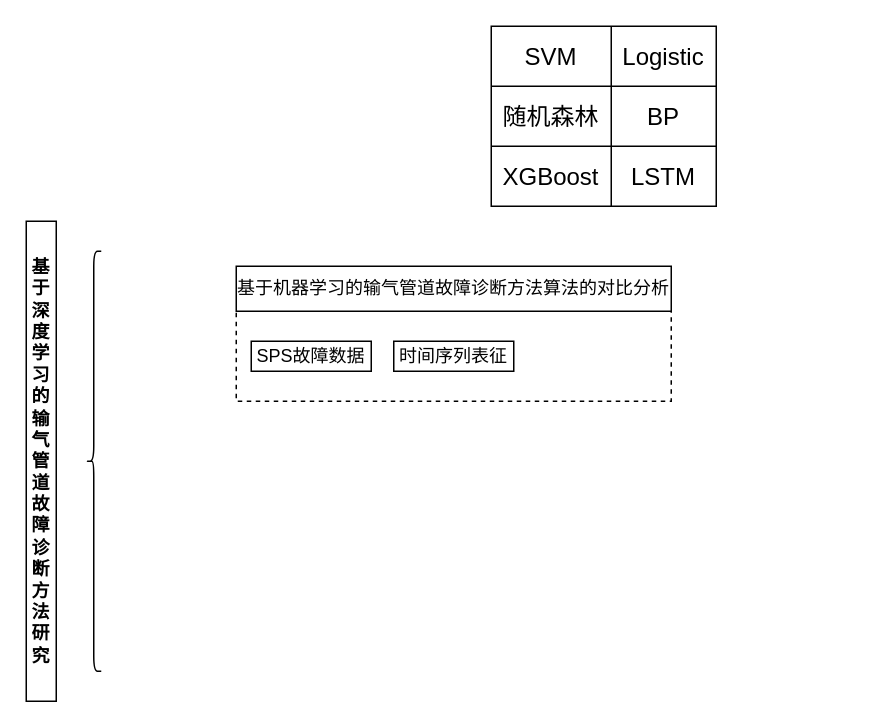
cccccppp/draw keeps this draw.io diagram as 未命名绘图.drawio. Above is the earlier version. Source tidied: cells renumbered, new cells numbered last; positions are measured from the earlier drawing's top-left corner, leaving out a move shared by most shapes. Both pictures are drawn from the tidied source at 150%, with x=0, y=0 at pixel (26, 26).
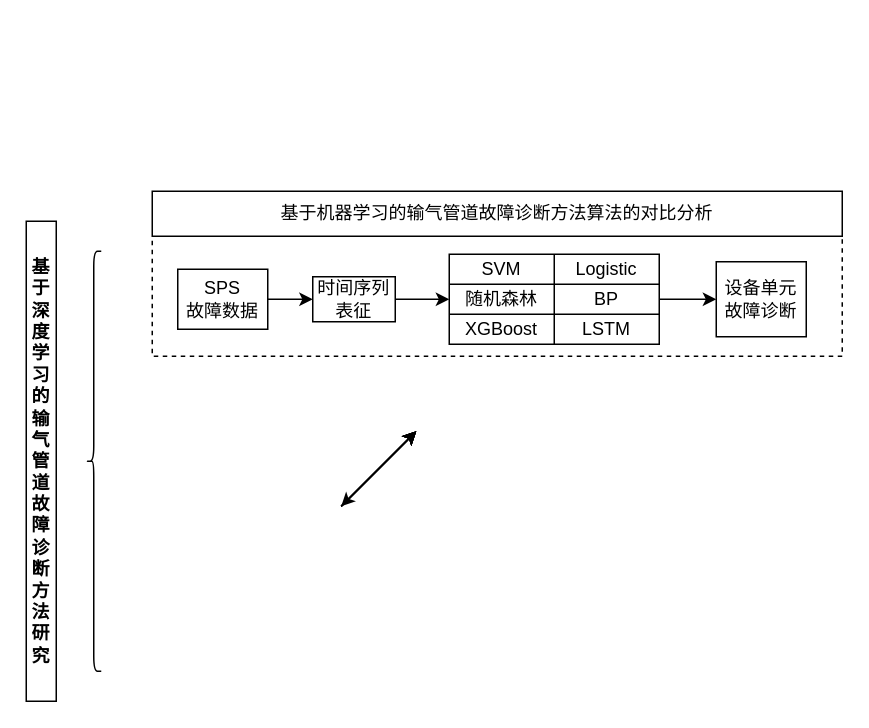
Above is the later version.

Change to the diagram source:
```diff
@@
+    <mxCell id="18" style="group;" parent="1" vertex="1">
+      <mxGeometry x="84" y="110" width="460" height="130" as="geometry" />
+    </mxCell>
-    <mxCell id="4" style="rounded=0;whiteSpace=wrap;html=1;dashed=1;" parent="1" vertex="1">
-      <mxGeometry x="140" y="190" width="290" height="60" as="geometry" />
+    <mxCell id="4" style="rounded=0;whiteSpace=wrap;html=1;dashed=1;" parent="18" vertex="1">
+      <mxGeometry y="30" width="460" height="80" as="geometry" />
     </mxCell>
-    <mxCell id="5" value="基于机器学习的输气管道故障诊断方法算法的对比分析" style="rounded=0;whiteSpace=wrap;html=1;" parent="1" vertex="1">
-      <mxGeometry x="140" y="160" width="290" height="30" as="geometry" />
+    <mxCell id="5" value="基于机器学习的输气管道故障诊断方法算法的对比分析" style="rounded=0;whiteSpace=wrap;html=1;" parent="18" vertex="1">
+      <mxGeometry width="460" height="30" as="geometry" />
     </mxCell>
+    <mxCell id="19" style="edgeStyle=orthogonalEdgeStyle;rounded=0;jettySize=auto;html=1;entryX=0;entryY=0.5;entryDx=0;entryDy=0;" parent="18" edge="1" source="6" target="7">
+      <mxGeometry relative="1" as="geometry" />
+    </mxCell>
-    <mxCell id="6" value="SPS故障数据" style="rounded=0;whiteSpace=wrap;html=1;" parent="1" vertex="1">
-      <mxGeometry x="150" y="210" width="80" height="20" as="geometry" />
+    <mxCell id="6" value="SPS&lt;br&gt;故障数据" style="rounded=0;whiteSpace=wrap;html=1;" parent="18" vertex="1">
+      <mxGeometry x="17" y="52" width="60" height="40" as="geometry" />
     </mxCell>
-    <mxCell id="7" value="时间序列表征" style="rounded=0;whiteSpace=wrap;html=1;" parent="1" vertex="1">
-      <mxGeometry x="245" y="210" width="80" height="20" as="geometry" />
+    <mxCell id="7" value="时间序列表征" style="rounded=0;whiteSpace=wrap;html=1;" parent="18" vertex="1">
+      <mxGeometry x="107" y="57" width="55" height="30" as="geometry" />
     </mxCell>
-    <mxCell id="8" style="shape=table;startSize=0;childLayout=tableLayout;fontSize=16;" parent="1" vertex="1">
-      <mxGeometry x="310" width="150" height="120" as="geometry" />
+    <mxCell id="8" style="shape=table;startSize=0;childLayout=tableLayout;fontSize=13;" parent="18" vertex="1">
+      <mxGeometry x="198" y="42" width="140" height="60" as="geometry" />
     </mxCell>
     <mxCell id="9" style="shape=tableRow;horizontal=0;startSize=0;swimlaneHead=0;swimlaneBody=0;strokeColor=inherit;top=0;left=0;bottom=0;right=0;fillColor=none;fontSize=16;" parent="8" vertex="1">
-      <mxGeometry width="150" height="40" as="geometry" />
+      <mxGeometry width="140" height="20" as="geometry" />
     </mxCell>
-    <mxCell id="10" value="&lt;div&gt;SVM&lt;/div&gt;" style="shape=partialRectangle;html=1;whiteSpace=wrap;strokeColor=inherit;overflow=hidden;fillColor=none;top=0;left=0;bottom=0;right=0;fontSize=16;" parent="9" vertex="1">
-      <mxGeometry width="80" height="40" as="geometry" />
+    <mxCell id="10" value="&lt;div style=&quot;font-size: 12px;&quot;&gt;SVM&lt;/div&gt;" style="shape=partialRectangle;html=1;whiteSpace=wrap;strokeColor=inherit;overflow=hidden;fillColor=none;top=0;left=0;bottom=0;right=0;fontSize=12;" parent="9" vertex="1">
+      <mxGeometry width="70" height="20" as="geometry" />
     </mxCell>
-    <mxCell id="11" value="Logistic" style="shape=partialRectangle;html=1;whiteSpace=wrap;strokeColor=inherit;overflow=hidden;fillColor=none;top=0;left=0;bottom=0;right=0;fontSize=16;" parent="9" vertex="1">
-      <mxGeometry x="80" width="70" height="40" as="geometry" />
+    <mxCell id="11" value="Logistic" style="shape=partialRectangle;html=1;whiteSpace=wrap;strokeColor=inherit;overflow=hidden;fillColor=none;top=0;left=0;bottom=0;right=0;fontSize=12;" parent="9" vertex="1">
+      <mxGeometry x="70" width="70" height="20" as="geometry" />
     </mxCell>
     <mxCell id="12" style="shape=tableRow;horizontal=0;startSize=0;swimlaneHead=0;swimlaneBody=0;strokeColor=inherit;top=0;left=0;bottom=0;right=0;fillColor=none;points=[[0,0.5],[1,0.5]];portConstraint=eastwest;fontSize=16;" parent="8" vertex="1">
-      <mxGeometry y="40" width="150" height="40" as="geometry" />
+      <mxGeometry y="20" width="140" height="20" as="geometry" />
     </mxCell>
-    <mxCell id="13" value="随机森林" style="shape=partialRectangle;html=1;whiteSpace=wrap;strokeColor=inherit;overflow=hidden;fillColor=none;top=0;left=0;bottom=0;right=0;fontSize=16;" parent="12" vertex="1">
-      <mxGeometry width="80" height="40" as="geometry" />
+    <mxCell id="13" value="随机森林" style="shape=partialRectangle;html=1;whiteSpace=wrap;strokeColor=inherit;overflow=hidden;fillColor=none;top=0;left=0;bottom=0;right=0;fontSize=12;" parent="12" vertex="1">
+      <mxGeometry width="70" height="20" as="geometry" />
     </mxCell>
-    <mxCell id="14" value="BP" style="shape=partialRectangle;html=1;whiteSpace=wrap;strokeColor=inherit;overflow=hidden;fillColor=none;top=0;left=0;bottom=0;right=0;fontSize=16;" parent="12" vertex="1">
-      <mxGeometry x="80" width="70" height="40" as="geometry" />
+    <mxCell id="14" value="BP" style="shape=partialRectangle;html=1;whiteSpace=wrap;strokeColor=inherit;overflow=hidden;fillColor=none;top=0;left=0;bottom=0;right=0;fontSize=12;" parent="12" vertex="1">
+      <mxGeometry x="70" width="70" height="20" as="geometry" />
     </mxCell>
     <mxCell id="15" style="shape=tableRow;horizontal=0;startSize=0;swimlaneHead=0;swimlaneBody=0;strokeColor=inherit;top=0;left=0;bottom=0;right=0;fillColor=none;fontSize=16;" parent="8" vertex="1">
-      <mxGeometry y="80" width="150" height="40" as="geometry" />
+      <mxGeometry y="40" width="140" height="20" as="geometry" />
     </mxCell>
-    <mxCell id="16" value="XGBoost" style="shape=partialRectangle;html=1;whiteSpace=wrap;strokeColor=inherit;overflow=hidden;fillColor=none;top=0;left=0;bottom=0;right=0;fontSize=16;" parent="15" vertex="1">
-      <mxGeometry width="80" height="40" as="geometry" />
+    <mxCell id="16" value="XGBoost" style="shape=partialRectangle;html=1;whiteSpace=wrap;strokeColor=inherit;overflow=hidden;fillColor=none;top=0;left=0;bottom=0;right=0;fontSize=12;" parent="15" vertex="1">
+      <mxGeometry width="70" height="20" as="geometry" />
     </mxCell>
-    <mxCell id="17" value="LSTM" style="shape=partialRectangle;html=1;whiteSpace=wrap;strokeColor=inherit;overflow=hidden;fillColor=none;top=0;left=0;bottom=0;right=0;fontSize=16;" parent="15" vertex="1">
-      <mxGeometry x="80" width="70" height="40" as="geometry" />
+    <mxCell id="17" value="LSTM" style="shape=partialRectangle;html=1;whiteSpace=wrap;strokeColor=inherit;overflow=hidden;fillColor=none;top=0;left=0;bottom=0;right=0;fontSize=12;" parent="15" vertex="1">
+      <mxGeometry x="70" width="70" height="20" as="geometry" />
     </mxCell>
+    <mxCell id="20" style="endArrow=classic;html=1;rounded=0;exitX=1;exitY=0.5;exitDx=0;exitDy=0;entryX=0;entryY=0.5;entryDx=0;entryDy=0;" parent="18" edge="1" source="7" target="12">
+      <mxGeometry relative="1" as="geometry" />
+    </mxCell>
+    <mxCell id="21" value="&lt;div&gt;设备单元&lt;/div&gt;&lt;div&gt;故障诊断&lt;/div&gt;" style="rounded=0;whiteSpace=wrap;html=1;" parent="18" vertex="1">
+      <mxGeometry x="376" y="47" width="60" height="50" as="geometry" />
+    </mxCell>
+    <mxCell id="22" style="edgeStyle=orthogonalEdgeStyle;rounded=0;jettySize=auto;html=1;exitX=1;exitY=0.5;exitDx=0;exitDy=0;" parent="18" edge="1" source="12" target="21">
+      <mxGeometry relative="1" as="geometry" />
+    </mxCell>
+    <mxCell id="23" style="endArrow=classic;html=1;rounded=0;" parent="1" edge="1">
+      <mxGeometry relative="1" as="geometry">
+        <mxPoint x="210" y="320" as="sourcePoint" />
+        <mxPoint x="260" y="270" as="targetPoint" />
+      </mxGeometry>
+    </mxCell>
+    <mxCell id="24" style="endArrow=classic;html=1;rounded=0;" parent="1" edge="1">
+      <mxGeometry relative="1" as="geometry">
+        <mxPoint x="210" y="320" as="sourcePoint" />
+        <mxPoint x="260" y="270" as="targetPoint" />
+      </mxGeometry>
+    </mxCell>
+    <mxCell id="25" style="endArrow=classic;startArrow=classic;html=1;rounded=0;" parent="1" edge="1">
+      <mxGeometry relative="1" as="geometry">
+        <mxPoint x="210" y="320" as="sourcePoint" />
+        <mxPoint x="260" y="270" as="targetPoint" />
+      </mxGeometry>
+    </mxCell>
+    <mxCell id="26" style="endArrow=classic;html=1;rounded=0;" parent="1" edge="1">
+      <mxGeometry relative="1" as="geometry">
+        <mxPoint x="210" y="320" as="sourcePoint" />
+        <mxPoint x="260" y="270" as="targetPoint" />
+      </mxGeometry>
+    </mxCell>
+    <mxCell id="27" style="endArrow=classic;html=1;rounded=0;" parent="1" edge="1">
+      <mxGeometry relative="1" as="geometry">
+        <mxPoint x="210" y="320" as="sourcePoint" />
+        <mxPoint x="260" y="270" as="targetPoint" />
+      </mxGeometry>
+    </mxCell>
+    <mxCell id="28" style="endArrow=classic;html=1;rounded=0;" parent="1" edge="1">
+      <mxGeometry relative="1" as="geometry">
+        <mxPoint x="210" y="320" as="sourcePoint" />
+        <mxPoint x="260" y="270" as="targetPoint" />
+      </mxGeometry>
+    </mxCell>
+    <mxCell id="29" style="endArrow=classic;html=1;rounded=0;" parent="1" edge="1">
+      <mxGeometry relative="1" as="geometry">
+        <mxPoint x="210" y="320" as="sourcePoint" />
+        <mxPoint x="260" y="270" as="targetPoint" />
+      </mxGeometry>
+    </mxCell>
```
